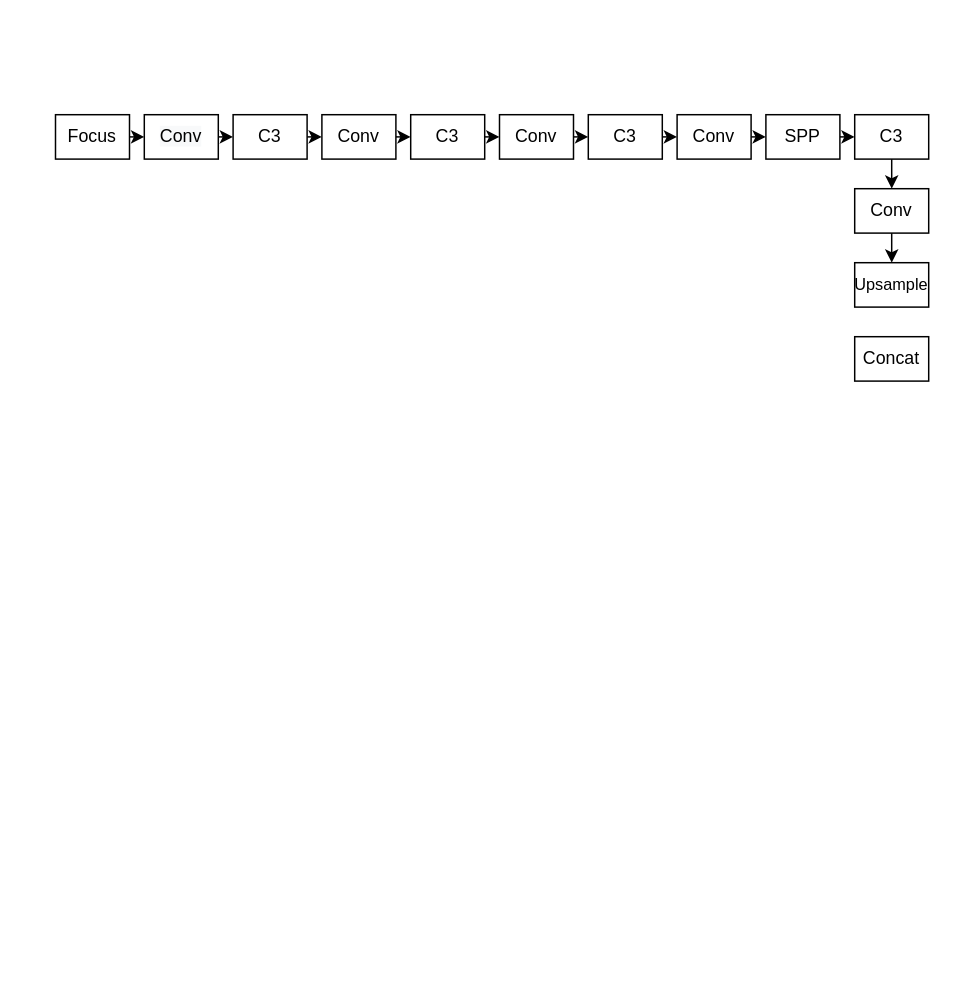
The draw.io diagram Untitled Diagram.drawio in 147107573/machinelearninginaction, before the edit. Source tidied: cells renumbered, new cells numbered last; positions are measured from the earlier drawing's top-left corner, leaving out a move shared by most shapes. Both pictures are drawn from the tidied source at 148%, with x=0, y=0 at pixel (55, 114).
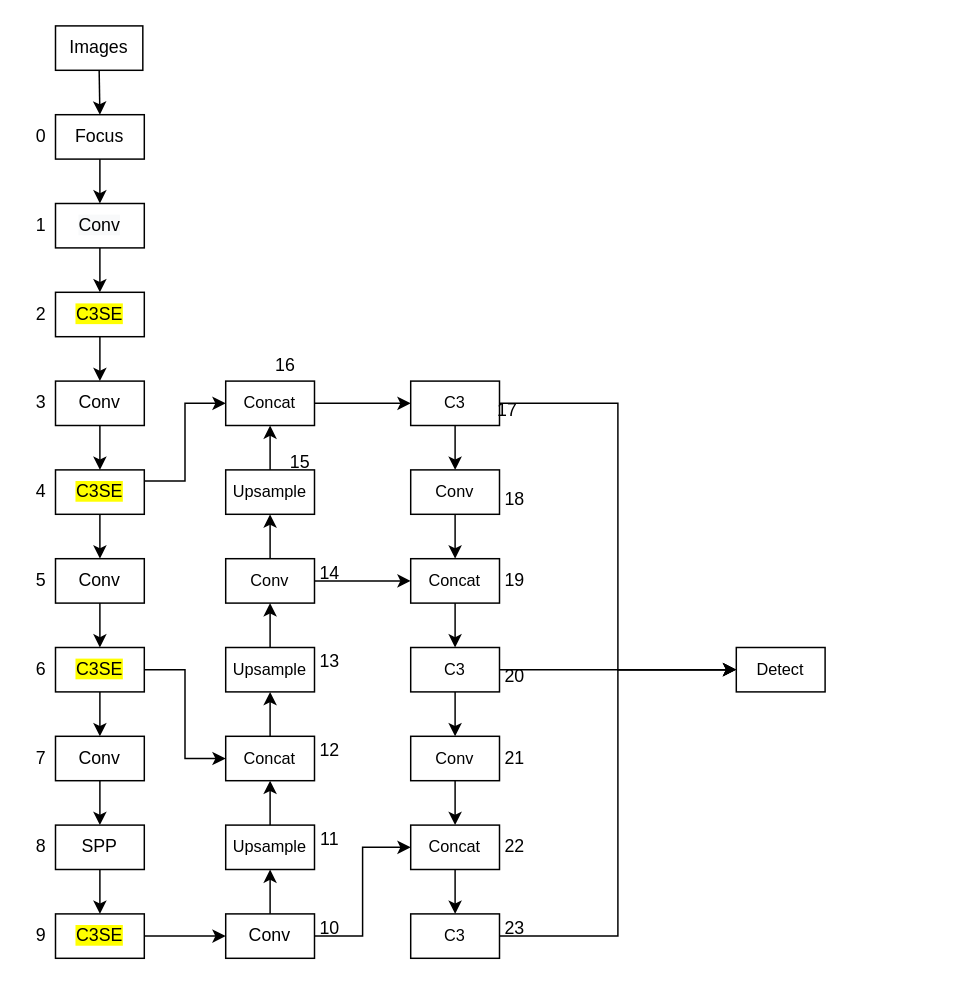
The same diagram, later.

The edit, as a diff of the source:
```diff
@@
-    <mxCell id="2" style="edgeStyle=orthogonalEdgeStyle;rounded=0;jettySize=auto;html=1;exitX=1;exitY=0.5;exitDx=0;exitDy=0;entryX=0;entryY=0.5;entryDx=0;entryDy=0;" parent="1" edge="1" source="3" target="5">
+    <mxCell id="2" style="edgeStyle=orthogonalEdgeStyle;rounded=0;jettySize=auto;html=1;exitX=0.5;exitY=1;exitDx=0;exitDy=0;" parent="1" edge="1" source="3" target="5">
       <mxGeometry relative="1" as="geometry" />
     </mxCell>
     <mxCell id="3" value="Focus" style="rounded=0;whiteSpace=wrap;html=1;" parent="1" vertex="1">
-      <mxGeometry width="50" height="30" as="geometry" />
+      <mxGeometry width="60" height="30" as="geometry" />
     </mxCell>
-    <mxCell id="4" style="edgeStyle=orthogonalEdgeStyle;rounded=0;jettySize=auto;html=1;exitX=1;exitY=0.5;exitDx=0;exitDy=0;entryX=0;entryY=0.5;entryDx=0;entryDy=0;" parent="1" edge="1" source="5" target="7">
+    <mxCell id="4" style="edgeStyle=orthogonalEdgeStyle;rounded=0;jettySize=auto;html=1;exitX=0.5;exitY=1;exitDx=0;exitDy=0;entryX=0.5;entryY=0;entryDx=0;entryDy=0;" parent="1" edge="1" source="5" target="7">
       <mxGeometry relative="1" as="geometry" />
     </mxCell>
     <mxCell id="5" value="&#10;&#10;&lt;span style=&quot;color: rgb(0, 0, 0); font-family: helvetica; font-size: 12px; font-style: normal; font-weight: 400; letter-spacing: normal; text-align: center; text-indent: 0px; text-transform: none; word-spacing: 0px; background-color: rgb(248, 249, 250); display: inline; float: none;&quot;&gt;Conv&lt;/span&gt;&#10;&#10;" style="rounded=0;whiteSpace=wrap;html=1;" parent="1" vertex="1">
-      <mxGeometry x="60" width="50" height="30" as="geometry" />
+      <mxGeometry y="60" width="60" height="30" as="geometry" />
     </mxCell>
-    <mxCell id="6" style="edgeStyle=orthogonalEdgeStyle;rounded=0;jettySize=auto;html=1;exitX=1;exitY=0.5;exitDx=0;exitDy=0;entryX=0;entryY=0.5;entryDx=0;entryDy=0;" parent="1" edge="1" source="7" target="9">
+    <mxCell id="6" style="edgeStyle=orthogonalEdgeStyle;rounded=0;jettySize=auto;html=1;exitX=0.5;exitY=1;exitDx=0;exitDy=0;entryX=0.5;entryY=0;entryDx=0;entryDy=0;" parent="1" edge="1" source="7" target="9">
       <mxGeometry relative="1" as="geometry" />
     </mxCell>
-    <mxCell id="7" value="C3" style="rounded=0;whiteSpace=wrap;html=1;" parent="1" vertex="1">
-      <mxGeometry x="120" width="50" height="30" as="geometry" />
+    <mxCell id="7" value="&lt;span style=&quot;background-color: rgb(255 , 255 , 0)&quot;&gt;C3SE&lt;/span&gt;" style="rounded=0;whiteSpace=wrap;html=1;" parent="1" vertex="1">
+      <mxGeometry y="120" width="60" height="30" as="geometry" />
     </mxCell>
-    <mxCell id="8" style="edgeStyle=orthogonalEdgeStyle;rounded=0;jettySize=auto;html=1;exitX=1;exitY=0.5;exitDx=0;exitDy=0;entryX=0;entryY=0.5;entryDx=0;entryDy=0;" parent="1" edge="1" source="9" target="11">
+    <mxCell id="8" style="edgeStyle=orthogonalEdgeStyle;rounded=0;jettySize=auto;html=1;exitX=0.5;exitY=1;exitDx=0;exitDy=0;entryX=0.5;entryY=0;entryDx=0;entryDy=0;" parent="1" edge="1" source="9" target="11">
       <mxGeometry relative="1" as="geometry" />
     </mxCell>
     <mxCell id="9" value="Conv" style="rounded=0;whiteSpace=wrap;html=1;" parent="1" vertex="1">
-      <mxGeometry x="180" width="50" height="30" as="geometry" />
+      <mxGeometry y="180" width="60" height="30" as="geometry" />
     </mxCell>
-    <mxCell id="10" style="edgeStyle=orthogonalEdgeStyle;rounded=0;jettySize=auto;html=1;exitX=1;exitY=0.5;exitDx=0;exitDy=0;entryX=0;entryY=0.5;entryDx=0;entryDy=0;" parent="1" edge="1" source="11" target="13">
+    <mxCell id="10" style="edgeStyle=orthogonalEdgeStyle;rounded=0;jettySize=auto;html=1;exitX=0.5;exitY=1;exitDx=0;exitDy=0;entryX=0.5;entryY=0;entryDx=0;entryDy=0;" parent="1" edge="1" source="11" target="13">
       <mxGeometry relative="1" as="geometry" />
     </mxCell>
+    <mxCell id="26" style="edgeStyle=orthogonalEdgeStyle;rounded=0;jettySize=auto;html=1;exitX=1;exitY=0.25;exitDx=0;exitDy=0;entryX=0;entryY=0.5;entryDx=0;entryDy=0;" parent="1" edge="1" source="11" target="58">
+      <mxGeometry relative="1" as="geometry" />
+    </mxCell>
-    <mxCell id="11" value="C3" style="rounded=0;whiteSpace=wrap;html=1;" parent="1" vertex="1">
-      <mxGeometry x="240" width="50" height="30" as="geometry" />
+    <mxCell id="11" value="&lt;span style=&quot;background-color: rgb(255 , 255 , 0)&quot;&gt;C3SE&lt;/span&gt;" style="rounded=0;whiteSpace=wrap;html=1;" parent="1" vertex="1">
+      <mxGeometry y="240" width="60" height="30" as="geometry" />
     </mxCell>
-    <mxCell id="12" style="edgeStyle=orthogonalEdgeStyle;rounded=0;jettySize=auto;html=1;exitX=1;exitY=0.5;exitDx=0;exitDy=0;entryX=0;entryY=0.5;entryDx=0;entryDy=0;" parent="1" edge="1" source="13" target="15">
+    <mxCell id="12" style="edgeStyle=orthogonalEdgeStyle;rounded=0;jettySize=auto;html=1;exitX=0.5;exitY=1;exitDx=0;exitDy=0;entryX=0.5;entryY=0;entryDx=0;entryDy=0;" parent="1" edge="1" source="13" target="15">
       <mxGeometry relative="1" as="geometry" />
     </mxCell>
     <mxCell id="13" value="Conv" style="rounded=0;whiteSpace=wrap;html=1;" parent="1" vertex="1">
-      <mxGeometry x="300" width="50" height="30" as="geometry" />
+      <mxGeometry y="300" width="60" height="30" as="geometry" />
     </mxCell>
-    <mxCell id="14" style="edgeStyle=orthogonalEdgeStyle;rounded=0;jettySize=auto;html=1;exitX=1;exitY=0.5;exitDx=0;exitDy=0;entryX=0;entryY=0.5;entryDx=0;entryDy=0;" parent="1" edge="1" source="15" target="17">
+    <mxCell id="14" style="edgeStyle=orthogonalEdgeStyle;rounded=0;jettySize=auto;html=1;exitX=0.5;exitY=1;exitDx=0;exitDy=0;entryX=0.5;entryY=0;entryDx=0;entryDy=0;" parent="1" edge="1" source="15" target="17">
       <mxGeometry relative="1" as="geometry" />
     </mxCell>
+    <mxCell id="27" style="edgeStyle=orthogonalEdgeStyle;rounded=0;jettySize=auto;html=1;exitX=1;exitY=0.5;exitDx=0;exitDy=0;entryX=0;entryY=0.5;entryDx=0;entryDy=0;" parent="1" edge="1" source="15" target="45">
+      <mxGeometry relative="1" as="geometry" />
+    </mxCell>
-    <mxCell id="15" value="C3" style="rounded=0;whiteSpace=wrap;html=1;" parent="1" vertex="1">
-      <mxGeometry x="360" width="50" height="30" as="geometry" />
+    <mxCell id="15" value="&lt;span style=&quot;background-color: rgb(255 , 255 , 0)&quot;&gt;C3SE&lt;/span&gt;" style="rounded=0;whiteSpace=wrap;html=1;" parent="1" vertex="1">
+      <mxGeometry y="360" width="60" height="30" as="geometry" />
     </mxCell>
-    <mxCell id="16" style="edgeStyle=orthogonalEdgeStyle;rounded=0;jettySize=auto;html=1;exitX=1;exitY=0.5;exitDx=0;exitDy=0;entryX=0;entryY=0.5;entryDx=0;entryDy=0;" parent="1" edge="1" source="17" target="19">
+    <mxCell id="16" style="edgeStyle=orthogonalEdgeStyle;rounded=0;jettySize=auto;html=1;exitX=0.5;exitY=1;exitDx=0;exitDy=0;entryX=0.5;entryY=0;entryDx=0;entryDy=0;" parent="1" edge="1" source="17" target="19">
       <mxGeometry relative="1" as="geometry" />
     </mxCell>
     <mxCell id="17" value="Conv" style="rounded=0;whiteSpace=wrap;html=1;" parent="1" vertex="1">
-      <mxGeometry x="420" width="50" height="30" as="geometry" />
+      <mxGeometry y="420" width="60" height="30" as="geometry" />
     </mxCell>
-    <mxCell id="18" style="edgeStyle=orthogonalEdgeStyle;rounded=0;jettySize=auto;html=1;exitX=1;exitY=0.5;exitDx=0;exitDy=0;entryX=0;entryY=0.5;entryDx=0;entryDy=0;" parent="1" edge="1" source="19" target="21">
+    <mxCell id="18" style="edgeStyle=orthogonalEdgeStyle;rounded=0;jettySize=auto;html=1;exitX=0.5;exitY=1;exitDx=0;exitDy=0;entryX=0.5;entryY=0;entryDx=0;entryDy=0;" parent="1" edge="1" source="19" target="21">
       <mxGeometry relative="1" as="geometry" />
     </mxCell>
     <mxCell id="19" value="SPP" style="rounded=0;whiteSpace=wrap;html=1;" parent="1" vertex="1">
-      <mxGeometry x="480" width="50" height="30" as="geometry" />
+      <mxGeometry y="480" width="60" height="30" as="geometry" />
     </mxCell>
-    <mxCell id="20" style="edgeStyle=orthogonalEdgeStyle;rounded=0;jettySize=auto;html=1;exitX=0.5;exitY=1;exitDx=0;exitDy=0;entryX=0.5;entryY=0;entryDx=0;entryDy=0;" parent="1" edge="1" source="21" target="23">
+    <mxCell id="20" style="edgeStyle=orthogonalEdgeStyle;rounded=0;jettySize=auto;html=1;exitX=1;exitY=0.5;exitDx=0;exitDy=0;entryX=0;entryY=0.5;entryDx=0;entryDy=0;" parent="1" edge="1" source="21" target="23">
       <mxGeometry relative="1" as="geometry" />
     </mxCell>
-    <mxCell id="21" value="C3" style="rounded=0;whiteSpace=wrap;html=1;" parent="1" vertex="1">
-      <mxGeometry x="540" width="50" height="30" as="geometry" />
+    <mxCell id="21" value="&lt;span style=&quot;background-color: rgb(255 , 255 , 0)&quot;&gt;C3SE&lt;/span&gt;" style="rounded=0;whiteSpace=wrap;html=1;" parent="1" vertex="1">
+      <mxGeometry y="540" width="60" height="30" as="geometry" />
     </mxCell>
-    <mxCell id="22" style="edgeStyle=orthogonalEdgeStyle;rounded=0;jettySize=auto;html=1;exitX=0.5;exitY=1;exitDx=0;exitDy=0;entryX=0.5;entryY=0;entryDx=0;entryDy=0;" parent="1" edge="1" source="23" target="24">
+    <mxCell id="22" style="edgeStyle=orthogonalEdgeStyle;rounded=0;jettySize=auto;html=1;exitX=0.5;exitY=0;exitDx=0;exitDy=0;entryX=0.5;entryY=1;entryDx=0;entryDy=0;" parent="1" edge="1" source="23" target="24">
       <mxGeometry relative="1" as="geometry" />
     </mxCell>
+    <mxCell id="28" style="edgeStyle=orthogonalEdgeStyle;rounded=0;jettySize=auto;html=1;exitX=1;exitY=0.5;exitDx=0;exitDy=0;entryX=0;entryY=0.5;entryDx=0;entryDy=0;" parent="1" edge="1" source="23" target="78">
+      <mxGeometry relative="1" as="geometry" />
+    </mxCell>
     <mxCell id="23" value="Conv" style="rounded=0;whiteSpace=wrap;html=1;" parent="1" vertex="1">
-      <mxGeometry x="540" y="50" width="50" height="30" as="geometry" />
+      <mxGeometry x="115" y="540" width="60" height="30" as="geometry" />
     </mxCell>
+    <mxCell id="29" style="edgeStyle=orthogonalEdgeStyle;rounded=0;jettySize=auto;html=1;exitX=0.5;exitY=0;exitDx=0;exitDy=0;entryX=0.5;entryY=1;entryDx=0;entryDy=0;" parent="1" edge="1" source="24" target="45">
+      <mxGeometry relative="1" as="geometry" />
+    </mxCell>
     <mxCell id="24" value="&lt;font style=&quot;font-size: 11px&quot;&gt;Upsample&lt;/font&gt;" style="rounded=0;whiteSpace=wrap;html=1;" parent="1" vertex="1">
-      <mxGeometry x="540" y="100" width="50" height="30" as="geometry" />
+      <mxGeometry x="115" y="480" width="60" height="30" as="geometry" />
     </mxCell>
-    <mxCell id="25" value="Concat" style="rounded=0;whiteSpace=wrap;html=1;" parent="1" vertex="1">
-      <mxGeometry x="540" y="150" width="50" height="30" as="geometry" />
-    </mxCell>
+    <mxCell id="30" value="0" style="text;html=1;align=center;verticalAlign=middle;strokeColor=none;" parent="1" vertex="1">
+      <mxGeometry x="-20" y="5" width="20" height="20" as="geometry" />
+    </mxCell>
+    <mxCell id="31" value="1" style="text;html=1;align=center;verticalAlign=middle;strokeColor=none;" parent="1" vertex="1">
+      <mxGeometry x="-20" y="65" width="20" height="20" as="geometry" />
+    </mxCell>
+    <mxCell id="32" style="edgeStyle=orthogonalEdgeStyle;rounded=0;jettySize=auto;html=1;exitX=0.5;exitY=1;exitDx=0;exitDy=0;entryX=0.5;entryY=0;entryDx=0;entryDy=0;" parent="1" edge="1" source="33" target="3">
+      <mxGeometry relative="1" as="geometry" />
+    </mxCell>
+    <mxCell id="33" value="Images" style="rounded=0;whiteSpace=wrap;html=1;" parent="1" vertex="1">
+      <mxGeometry y="-60" width="59" height="30" as="geometry" />
+    </mxCell>
+    <mxCell id="34" value="2" style="text;html=1;align=center;verticalAlign=middle;strokeColor=none;" parent="1" vertex="1">
+      <mxGeometry x="-20" y="125" width="20" height="20" as="geometry" />
+    </mxCell>
+    <mxCell id="35" value="3" style="text;html=1;align=center;verticalAlign=middle;strokeColor=none;" parent="1" vertex="1">
+      <mxGeometry x="-20" y="185" width="20" height="20" as="geometry" />
+    </mxCell>
+    <mxCell id="36" value="4" style="text;html=1;align=center;verticalAlign=middle;strokeColor=none;" parent="1" vertex="1">
+      <mxGeometry x="-20" y="245" width="20" height="20" as="geometry" />
+    </mxCell>
+    <mxCell id="37" value="5" style="text;html=1;align=center;verticalAlign=middle;strokeColor=none;" parent="1" vertex="1">
+      <mxGeometry x="-20" y="305" width="20" height="20" as="geometry" />
+    </mxCell>
+    <mxCell id="38" value="6" style="text;html=1;align=center;verticalAlign=middle;strokeColor=none;" parent="1" vertex="1">
+      <mxGeometry x="-20" y="365" width="20" height="20" as="geometry" />
+    </mxCell>
+    <mxCell id="39" value="7" style="text;html=1;align=center;verticalAlign=middle;strokeColor=none;" parent="1" vertex="1">
+      <mxGeometry x="-20" y="425" width="20" height="20" as="geometry" />
+    </mxCell>
+    <mxCell id="40" value="8" style="text;html=1;align=center;verticalAlign=middle;strokeColor=none;" parent="1" vertex="1">
+      <mxGeometry x="-20" y="485" width="20" height="20" as="geometry" />
+    </mxCell>
+    <mxCell id="41" value="9" style="text;html=1;align=center;verticalAlign=middle;strokeColor=none;" parent="1" vertex="1">
+      <mxGeometry x="-20" y="545" width="20" height="20" as="geometry" />
+    </mxCell>
+    <mxCell id="42" value="10" style="text;html=1;align=center;verticalAlign=middle;strokeColor=none;" parent="1" vertex="1">
+      <mxGeometry x="170" y="540" width="30" height="20" as="geometry" />
+    </mxCell>
+    <mxCell id="43" value="11" style="text;html=1;align=center;verticalAlign=middle;strokeColor=none;" parent="1" vertex="1">
+      <mxGeometry x="170" y="480" width="30" height="20" as="geometry" />
+    </mxCell>
+    <mxCell id="44" style="edgeStyle=orthogonalEdgeStyle;rounded=0;jettySize=auto;html=1;exitX=0.5;exitY=0;exitDx=0;exitDy=0;entryX=0.5;entryY=1;entryDx=0;entryDy=0;" parent="1" edge="1" source="45" target="48">
+      <mxGeometry relative="1" as="geometry" />
+    </mxCell>
+    <mxCell id="45" value="&lt;font style=&quot;font-size: 11px&quot;&gt;Concat&lt;/font&gt;" style="rounded=0;whiteSpace=wrap;html=1;" parent="1" vertex="1">
+      <mxGeometry x="115" y="420" width="60" height="30" as="geometry" />
+    </mxCell>
+    <mxCell id="46" value="12" style="text;html=1;align=center;verticalAlign=middle;strokeColor=none;" parent="1" vertex="1">
+      <mxGeometry x="170" y="420" width="30" height="20" as="geometry" />
+    </mxCell>
+    <mxCell id="47" style="edgeStyle=orthogonalEdgeStyle;rounded=0;jettySize=auto;html=1;exitX=0.5;exitY=0;exitDx=0;exitDy=0;entryX=0.5;entryY=1;entryDx=0;entryDy=0;" parent="1" edge="1" source="48" target="52">
+      <mxGeometry relative="1" as="geometry" />
+    </mxCell>
+    <mxCell id="48" value="&lt;font style=&quot;font-size: 11px&quot;&gt;Upsample&lt;/font&gt;" style="rounded=0;whiteSpace=wrap;html=1;" parent="1" vertex="1">
+      <mxGeometry x="115" y="360" width="60" height="30" as="geometry" />
+    </mxCell>
+    <mxCell id="49" value="13" style="text;html=1;align=center;verticalAlign=middle;strokeColor=none;" parent="1" vertex="1">
+      <mxGeometry x="170" y="360" width="30" height="20" as="geometry" />
+    </mxCell>
+    <mxCell id="50" style="edgeStyle=orthogonalEdgeStyle;rounded=0;jettySize=auto;html=1;exitX=0.5;exitY=0;exitDx=0;exitDy=0;entryX=0.5;entryY=1;entryDx=0;entryDy=0;" parent="1" edge="1" source="52" target="55">
+      <mxGeometry relative="1" as="geometry" />
+    </mxCell>
+    <mxCell id="51" style="edgeStyle=orthogonalEdgeStyle;rounded=0;jettySize=auto;html=1;exitX=1;exitY=0.5;exitDx=0;exitDy=0;entryX=0;entryY=0.5;entryDx=0;entryDy=0;" parent="1" edge="1" source="52" target="68">
+      <mxGeometry relative="1" as="geometry" />
+    </mxCell>
+    <mxCell id="52" value="&lt;font style=&quot;font-size: 11px&quot;&gt;Conv&lt;/font&gt;" style="rounded=0;whiteSpace=wrap;html=1;" parent="1" vertex="1">
+      <mxGeometry x="115" y="300" width="60" height="30" as="geometry" />
+    </mxCell>
+    <mxCell id="53" value="14" style="text;html=1;align=center;verticalAlign=middle;strokeColor=none;" parent="1" vertex="1">
+      <mxGeometry x="170" y="300" width="30" height="20" as="geometry" />
+    </mxCell>
+    <mxCell id="54" style="edgeStyle=orthogonalEdgeStyle;rounded=0;jettySize=auto;html=1;exitX=0.5;exitY=0;exitDx=0;exitDy=0;entryX=0.5;entryY=1;entryDx=0;entryDy=0;" parent="1" edge="1" source="55" target="58">
+      <mxGeometry relative="1" as="geometry" />
+    </mxCell>
+    <mxCell id="55" value="&lt;font style=&quot;font-size: 11px&quot;&gt;Upsample&lt;/font&gt;" style="rounded=0;whiteSpace=wrap;html=1;" parent="1" vertex="1">
+      <mxGeometry x="115" y="240" width="60" height="30" as="geometry" />
+    </mxCell>
+    <mxCell id="56" value="15" style="text;html=1;align=center;verticalAlign=middle;strokeColor=none;" parent="1" vertex="1">
+      <mxGeometry x="150" y="225" width="30" height="20" as="geometry" />
+    </mxCell>
+    <mxCell id="57" style="edgeStyle=orthogonalEdgeStyle;rounded=0;jettySize=auto;html=1;exitX=1;exitY=0.5;exitDx=0;exitDy=0;entryX=0;entryY=0.5;entryDx=0;entryDy=0;" parent="1" edge="1" source="58" target="62">
+      <mxGeometry relative="1" as="geometry" />
+    </mxCell>
+    <mxCell id="58" value="&lt;font style=&quot;font-size: 11px&quot;&gt;Concat&lt;/font&gt;" style="rounded=0;whiteSpace=wrap;html=1;" parent="1" vertex="1">
+      <mxGeometry x="115" y="180" width="60" height="30" as="geometry" />
+    </mxCell>
+    <mxCell id="59" value="16" style="text;html=1;align=center;verticalAlign=middle;strokeColor=none;" parent="1" vertex="1">
+      <mxGeometry x="140" y="160" width="30" height="20" as="geometry" />
+    </mxCell>
+    <mxCell id="60" style="edgeStyle=orthogonalEdgeStyle;rounded=0;jettySize=auto;html=1;exitX=0.5;exitY=1;exitDx=0;exitDy=0;entryX=0.5;entryY=0;entryDx=0;entryDy=0;" parent="1" edge="1" source="62" target="65">
+      <mxGeometry relative="1" as="geometry" />
+    </mxCell>
+    <mxCell id="61" style="edgeStyle=orthogonalEdgeStyle;rounded=0;jettySize=auto;html=1;entryX=0;entryY=0.5;entryDx=0;entryDy=0;" parent="1" edge="1" source="62" target="83">
+      <mxGeometry relative="1" as="geometry" />
+    </mxCell>
+    <mxCell id="62" value="&lt;font style=&quot;font-size: 11px&quot;&gt;C3&lt;/font&gt;" style="rounded=0;whiteSpace=wrap;html=1;" parent="1" vertex="1">
+      <mxGeometry x="240" y="180" width="60" height="30" as="geometry" />
+    </mxCell>
+    <mxCell id="63" value="17" style="text;html=1;align=center;verticalAlign=middle;strokeColor=none;" parent="1" vertex="1">
+      <mxGeometry x="290" y="190" width="30" height="20" as="geometry" />
+    </mxCell>
+    <mxCell id="64" style="edgeStyle=orthogonalEdgeStyle;rounded=0;jettySize=auto;html=1;exitX=0.5;exitY=1;exitDx=0;exitDy=0;entryX=0.5;entryY=0;entryDx=0;entryDy=0;" parent="1" edge="1" source="65" target="68">
+      <mxGeometry relative="1" as="geometry" />
+    </mxCell>
+    <mxCell id="65" value="&lt;font style=&quot;font-size: 11px&quot;&gt;Conv&lt;/font&gt;" style="rounded=0;whiteSpace=wrap;html=1;" parent="1" vertex="1">
+      <mxGeometry x="240" y="240" width="60" height="30" as="geometry" />
+    </mxCell>
+    <mxCell id="66" value="18" style="text;html=1;align=center;verticalAlign=middle;strokeColor=none;" parent="1" vertex="1">
+      <mxGeometry x="295" y="250" width="30" height="20" as="geometry" />
+    </mxCell>
+    <mxCell id="67" style="edgeStyle=orthogonalEdgeStyle;rounded=0;jettySize=auto;html=1;exitX=0.5;exitY=1;exitDx=0;exitDy=0;entryX=0.5;entryY=0;entryDx=0;entryDy=0;" parent="1" edge="1" source="68" target="72">
+      <mxGeometry relative="1" as="geometry" />
+    </mxCell>
+    <mxCell id="68" value="&lt;font style=&quot;font-size: 11px&quot;&gt;Concat&lt;/font&gt;" style="rounded=0;whiteSpace=wrap;html=1;" parent="1" vertex="1">
+      <mxGeometry x="240" y="300" width="60" height="30" as="geometry" />
+    </mxCell>
+    <mxCell id="69" value="19" style="text;html=1;align=center;verticalAlign=middle;strokeColor=none;" parent="1" vertex="1">
+      <mxGeometry x="295" y="305" width="30" height="20" as="geometry" />
+    </mxCell>
+    <mxCell id="70" style="edgeStyle=orthogonalEdgeStyle;rounded=0;jettySize=auto;html=1;exitX=0.5;exitY=1;exitDx=0;exitDy=0;entryX=0.5;entryY=0;entryDx=0;entryDy=0;" parent="1" edge="1" source="72" target="75">
+      <mxGeometry relative="1" as="geometry" />
+    </mxCell>
+    <mxCell id="71" style="edgeStyle=orthogonalEdgeStyle;rounded=0;jettySize=auto;html=1;exitX=1;exitY=0.5;exitDx=0;exitDy=0;entryX=0;entryY=0.5;entryDx=0;entryDy=0;" parent="1" edge="1" source="72" target="83">
+      <mxGeometry relative="1" as="geometry" />
+    </mxCell>
+    <mxCell id="72" value="&lt;font style=&quot;font-size: 11px&quot;&gt;C3&lt;/font&gt;" style="rounded=0;whiteSpace=wrap;html=1;" parent="1" vertex="1">
+      <mxGeometry x="240" y="360" width="60" height="30" as="geometry" />
+    </mxCell>
+    <mxCell id="73" value="20" style="text;html=1;align=center;verticalAlign=middle;strokeColor=none;" parent="1" vertex="1">
+      <mxGeometry x="295" y="370" width="30" height="20" as="geometry" />
+    </mxCell>
+    <mxCell id="74" style="edgeStyle=orthogonalEdgeStyle;rounded=0;jettySize=auto;html=1;exitX=0.5;exitY=1;exitDx=0;exitDy=0;entryX=0.5;entryY=0;entryDx=0;entryDy=0;" parent="1" edge="1" source="75" target="78">
+      <mxGeometry relative="1" as="geometry" />
+    </mxCell>
+    <mxCell id="75" value="&lt;font style=&quot;font-size: 11px&quot;&gt;Conv&lt;/font&gt;" style="rounded=0;whiteSpace=wrap;html=1;" parent="1" vertex="1">
+      <mxGeometry x="240" y="420" width="60" height="30" as="geometry" />
+    </mxCell>
+    <mxCell id="76" value="21" style="text;html=1;align=center;verticalAlign=middle;strokeColor=none;" parent="1" vertex="1">
+      <mxGeometry x="295" y="425" width="30" height="20" as="geometry" />
+    </mxCell>
+    <mxCell id="77" style="edgeStyle=orthogonalEdgeStyle;rounded=0;jettySize=auto;html=1;exitX=0.5;exitY=1;exitDx=0;exitDy=0;entryX=0.5;entryY=0;entryDx=0;entryDy=0;" parent="1" edge="1" source="78" target="81">
+      <mxGeometry relative="1" as="geometry" />
+    </mxCell>
+    <mxCell id="78" value="&lt;font style=&quot;font-size: 11px&quot;&gt;Concat&lt;/font&gt;" style="rounded=0;whiteSpace=wrap;html=1;" parent="1" vertex="1">
+      <mxGeometry x="240" y="480" width="60" height="30" as="geometry" />
+    </mxCell>
+    <mxCell id="79" value="22" style="text;html=1;align=center;verticalAlign=middle;strokeColor=none;" parent="1" vertex="1">
+      <mxGeometry x="295" y="485" width="30" height="20" as="geometry" />
+    </mxCell>
+    <mxCell id="80" style="edgeStyle=orthogonalEdgeStyle;rounded=0;jettySize=auto;html=1;exitX=1;exitY=0.5;exitDx=0;exitDy=0;entryX=0;entryY=0.5;entryDx=0;entryDy=0;" parent="1" edge="1" source="81" target="83">
+      <mxGeometry relative="1" as="geometry" />
+    </mxCell>
+    <mxCell id="81" value="&lt;font style=&quot;font-size: 11px&quot;&gt;C3&lt;/font&gt;" style="rounded=0;whiteSpace=wrap;html=1;" parent="1" vertex="1">
+      <mxGeometry x="240" y="540" width="60" height="30" as="geometry" />
+    </mxCell>
+    <mxCell id="82" value="23" style="text;html=1;align=center;verticalAlign=middle;strokeColor=none;" parent="1" vertex="1">
+      <mxGeometry x="295" y="540" width="30" height="20" as="geometry" />
+    </mxCell>
+    <mxCell id="83" value="&lt;font style=&quot;font-size: 11px&quot;&gt;Detect&lt;/font&gt;" style="rounded=0;whiteSpace=wrap;html=1;" parent="1" vertex="1">
+      <mxGeometry x="460" y="360" width="60" height="30" as="geometry" />
+    </mxCell>
```
